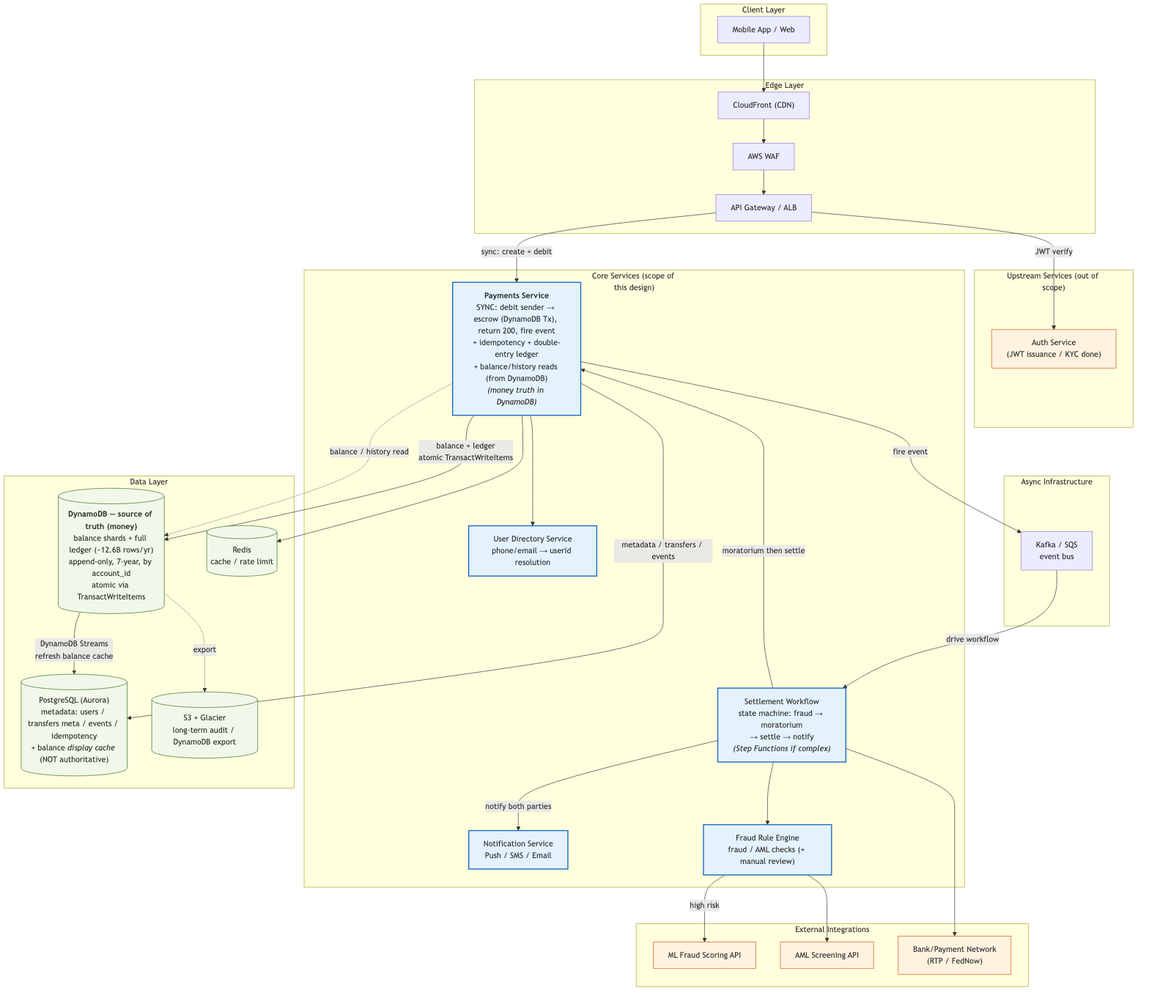
Above: 1-p2p-transaction/architecture-overview.png in masayukitanaka/system-designs (Mermaid), before the change. Its source is kept beside it as 1-p2p-transaction/diagrams/architecture-overview.mmd.
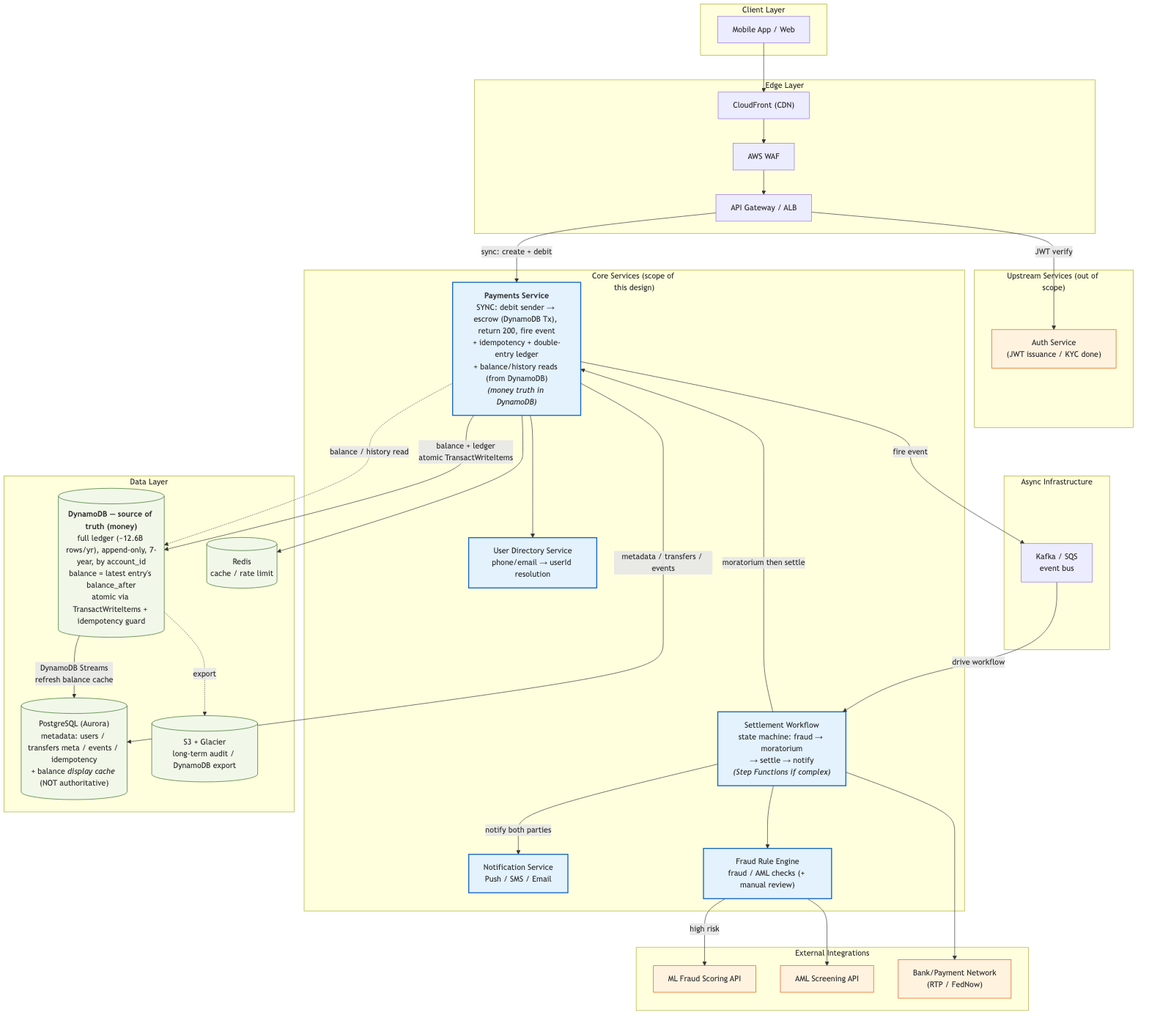
The same file after the commit.

Diff of the diagram source:
```diff
@@ -26,7 +26,7 @@
     end
 
     subgraph Data["データ層"]
-        DDB[("<b>DynamoDB — 正 (金額)</b><br/>残高シャード + 全台帳 (約126億行/年)<br/>追記専用, 7年, account_id別<br/>TransactWriteItemsで原子的")]
+        DDB[("<b>DynamoDB — 正 (金額)</b><br/>全台帳 (約126億行/年), 追記専用, 7年, account_id別<br/>残高 = 最新エントリのbalance_after<br/>TransactWriteItems + 冪等ガードで原子的")]
         LEDGERDB[("PostgreSQL (Aurora)<br/>メタデータ: users / transfersメタ / events / idempotency<br/>+ 残高<i>表示キャッシュ</i> (正ではない)")]
         CACHE[("Redis<br/>キャッシュ / レート制限")]
         ARCHIVE[("S3 + Glacier<br/>監査長期保管 / DynamoDBエクスポート")]
```
